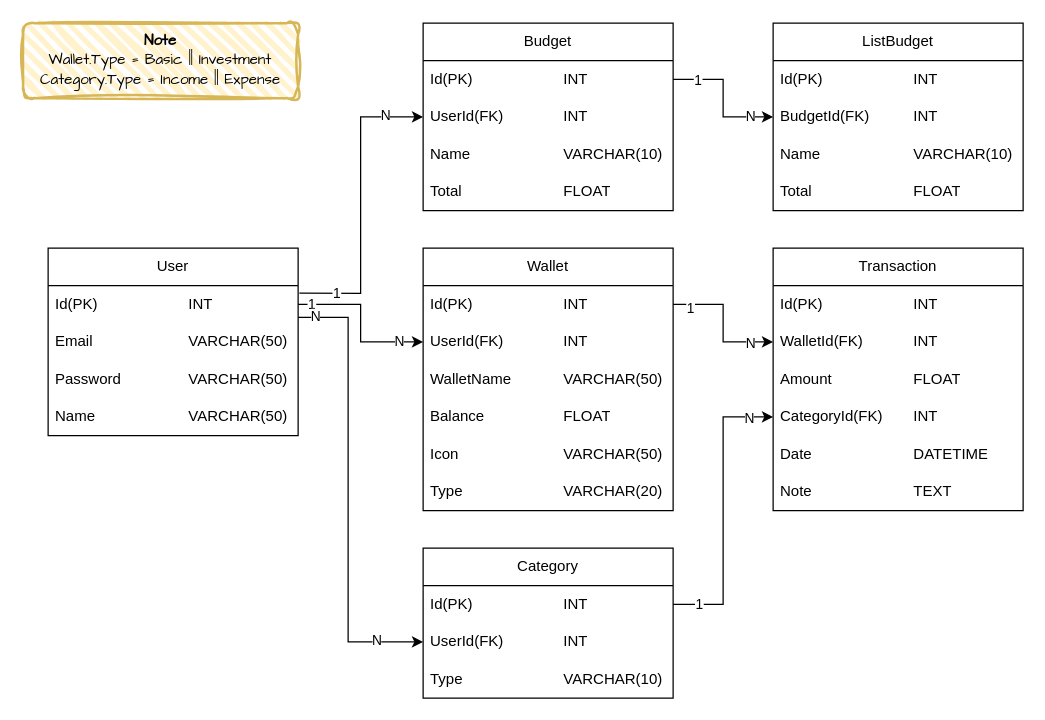
Earlier version of the draw.io diagram page "Database" (2 of 3) of design/system_design.drawio (khanhnq1406/Personal_Financial_Management). Source tidied: cells renumbered, new cells numbered last; positions are measured from the earlier drawing's top-left corner, leaving out a move shared by most shapes. Both pictures are drawn from the tidied source at 125%, with x=0, y=0 at pixel (22, 22).
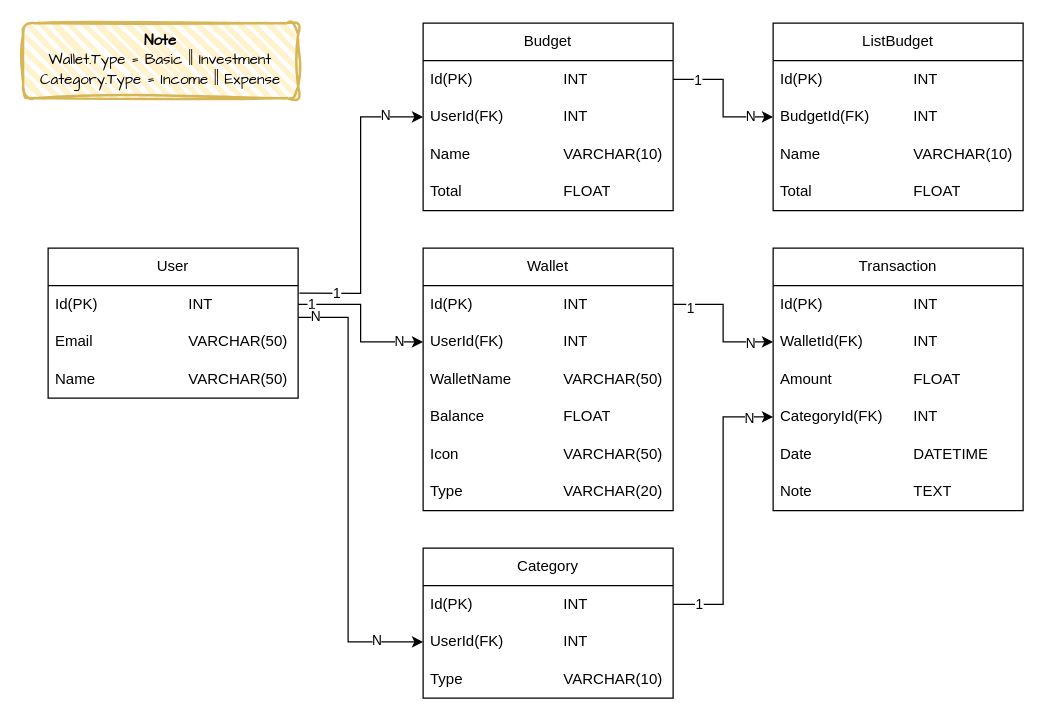
After the change.

Change to the diagram source:
```diff
@@
     <mxCell id="2" value="User" style="swimlane;fontStyle=0;horizontal=1;startSize=30;whiteSpace=wrap;html=1;rounded=0;glass=0;shadow=0;swimlaneLine=1;fontFamily=Helvetica;" parent="1" vertex="1">
-      <mxGeometry x="20" y="180" width="200" height="150" as="geometry" />
+      <mxGeometry x="20" y="180" width="200" height="120" as="geometry" />
     </mxCell>
@@
-    <mxCell id="5" value="Password&lt;span style=&quot;white-space: pre;&quot;&gt;&#9;&lt;/span&gt;&lt;span style=&quot;white-space: pre;&quot;&gt;&#9;&lt;/span&gt;VARCHAR(50)" style="text;strokeColor=none;fillColor=none;align=left;verticalAlign=middle;spacingLeft=4;spacingRight=4;overflow=hidden;whiteSpace=wrap;html=1;" parent="2" vertex="1">
-      <mxGeometry y="90" width="200" height="30" as="geometry" />
-    </mxCell>
     <mxCell id="6" value="Name&lt;span style=&quot;white-space: pre;&quot;&gt;&#9;&lt;/span&gt;&lt;span style=&quot;white-space: pre;&quot;&gt;&#9;&lt;/span&gt;&lt;span style=&quot;white-space: pre;&quot;&gt;&#9;&lt;/span&gt;VARCHAR(50)" style="text;strokeColor=none;fillColor=none;align=left;verticalAlign=middle;spacingLeft=4;spacingRight=4;overflow=hidden;whiteSpace=wrap;html=1;" parent="2" vertex="1">
-      <mxGeometry y="120" width="200" height="30" as="geometry" />
+      <mxGeometry y="90" width="200" height="30" as="geometry" />
     </mxCell>
```
